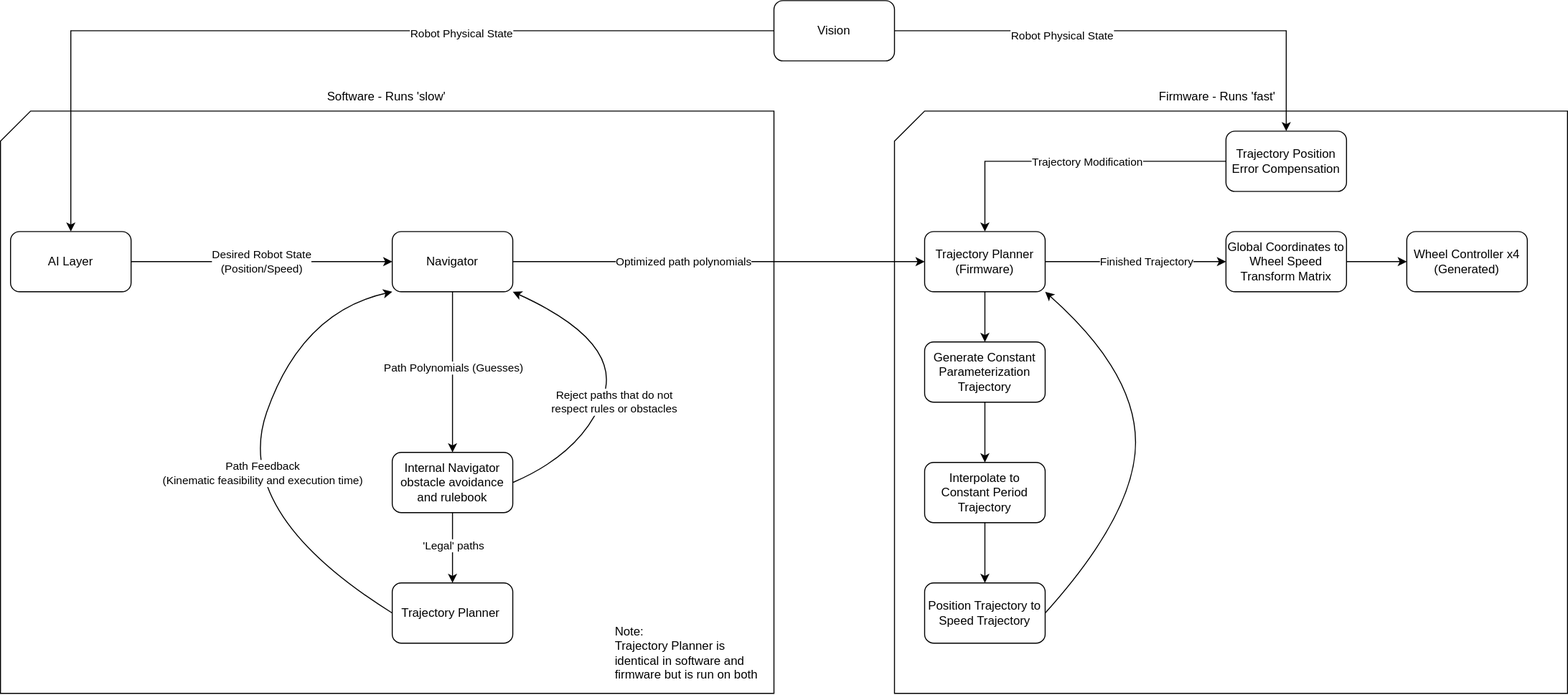
This is docs/images/ControlStock.svg from UBC-Thunderbots/Software, a draw.io export, as it was before one commit. Source tidied: cells renumbered, new cells last; positions are measured from the earlier drawing's top-left corner, leaving out a move shared by most shapes.
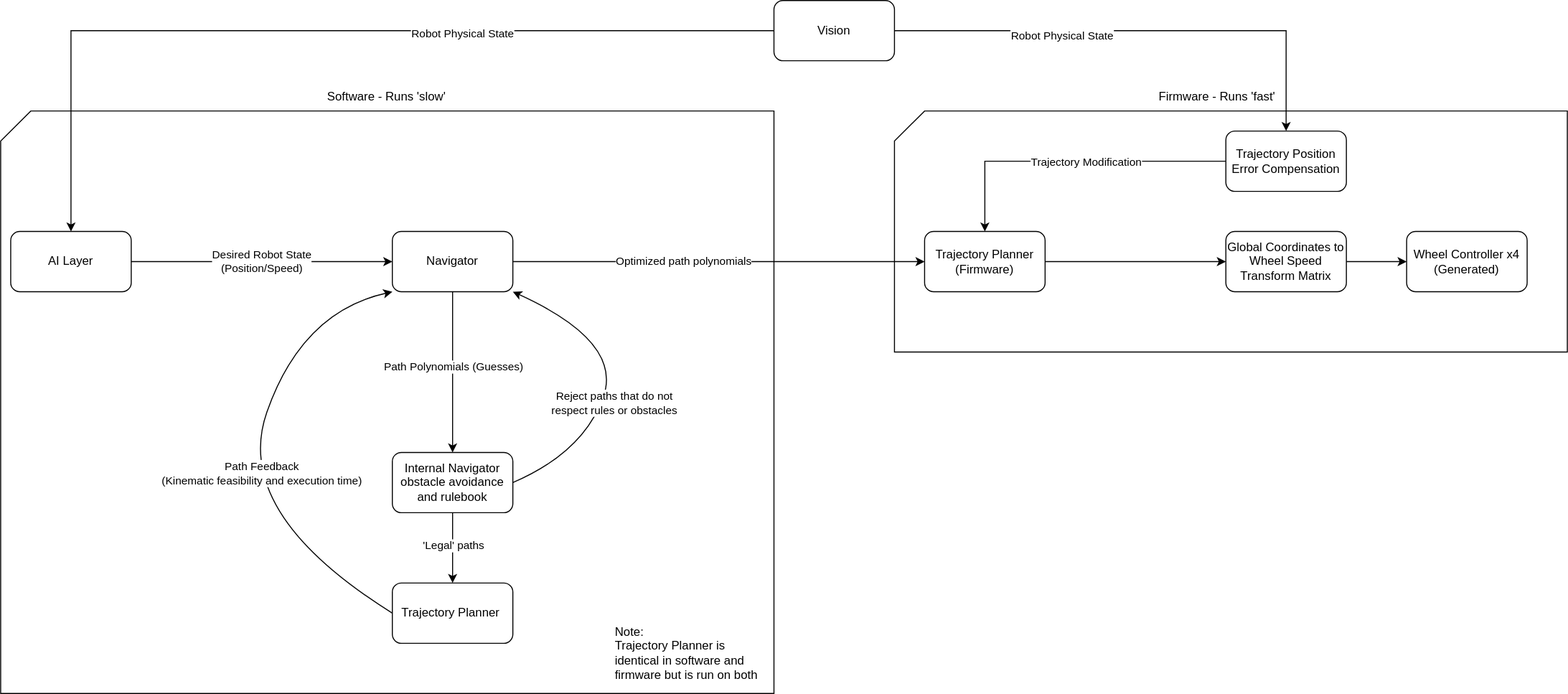
Above is the later version.

Change to the diagram source:
```diff
@@ -3,7 +3,7 @@
     <mxCell id="0" />
     <mxCell id="1" parent="0" />
     <mxCell id="2" style="shape=card;whiteSpace=wrap;html=1;" parent="1" vertex="1">
-      <mxGeometry x="890" y="110" width="670" height="580" as="geometry" />
+      <mxGeometry x="890" y="110" width="670" height="240" as="geometry" />
     </mxCell>
     <mxCell id="3" style="shape=card;whiteSpace=wrap;html=1;" parent="1" vertex="1">
       <mxGeometry y="110" width="770" height="580" as="geometry" />
@@ -84,37 +84,6 @@
     <mxCell id="20" value="Software - Runs 'slow'" style="text;html=1;align=center;verticalAlign=middle;" parent="1" vertex="1">
       <mxGeometry x="319" y="86" width="130" height="20" as="geometry" />
     </mxCell>
-    <mxCell id="21" style="edgeStyle=orthogonalEdgeStyle;rounded=0;jettySize=auto;html=1;entryX=0.5;entryY=0;entryDx=0;entryDy=0;" parent="1" edge="1" source="22" target="25">
-      <mxGeometry relative="1" as="geometry" />
-    </mxCell>
-    <mxCell id="22" value="Generate Constant Parameterization Trajectory" style="rounded=1;whiteSpace=wrap;html=1;" parent="1" vertex="1">
-      <mxGeometry x="920" y="340" width="120" height="60" as="geometry" />
-    </mxCell>
-    <mxCell id="23" style="endArrow=classic;html=1;exitX=0.5;exitY=1;exitDx=0;exitDy=0;entryX=0.5;entryY=0;entryDx=0;entryDy=0;" parent="1" edge="1" source="13" target="22">
-      <mxGeometry relative="1" as="geometry" />
-    </mxCell>
-    <mxCell id="24" style="edgeStyle=orthogonalEdgeStyle;rounded=0;jettySize=auto;html=1;" parent="1" edge="1" source="25" target="26">
-      <mxGeometry relative="1" as="geometry" />
-    </mxCell>
-    <mxCell id="25" value="Interpolate to Constant Period Trajectory" style="rounded=1;whiteSpace=wrap;html=1;" parent="1" vertex="1">
-      <mxGeometry x="920" y="460" width="120" height="60" as="geometry" />
-    </mxCell>
-    <mxCell id="26" value="Position Trajectory to Speed Trajectory" style="rounded=1;whiteSpace=wrap;html=1;" parent="1" vertex="1">
-      <mxGeometry x="920" y="580" width="120" height="60" as="geometry" />
-    </mxCell>
-    <mxCell id="27" style="curved=1;endArrow=classic;html=1;exitX=1;exitY=0.5;exitDx=0;exitDy=0;entryX=1;entryY=1;entryDx=0;entryDy=0;" parent="1" edge="1" source="26" target="13">
-      <mxGeometry relative="1" as="geometry">
-        <Array as="points">
-          <mxPoint x="1130" y="510" />
-          <mxPoint x="1130" y="370" />
-        </Array>
-      </mxGeometry>
-    </mxCell>
-    <mxCell id="28" value="Finished Trajectory" style="edgeLabel;html=1;align=center;verticalAlign=middle;" parent="27" vertex="1">
-      <mxGeometry x="-0.32" y="18" relative="1" as="geometry">
-        <mxPoint x="28" y="-250.2" as="offset" />
-      </mxGeometry>
-    </mxCell>
     <mxCell id="29" value="Wheel Controller x4&lt;br&gt;(Generated)" style="rounded=1;whiteSpace=wrap;html=1;" parent="1" vertex="1">
       <mxGeometry x="1400" y="230" width="120" height="60" as="geometry" />
     </mxCell>
```
